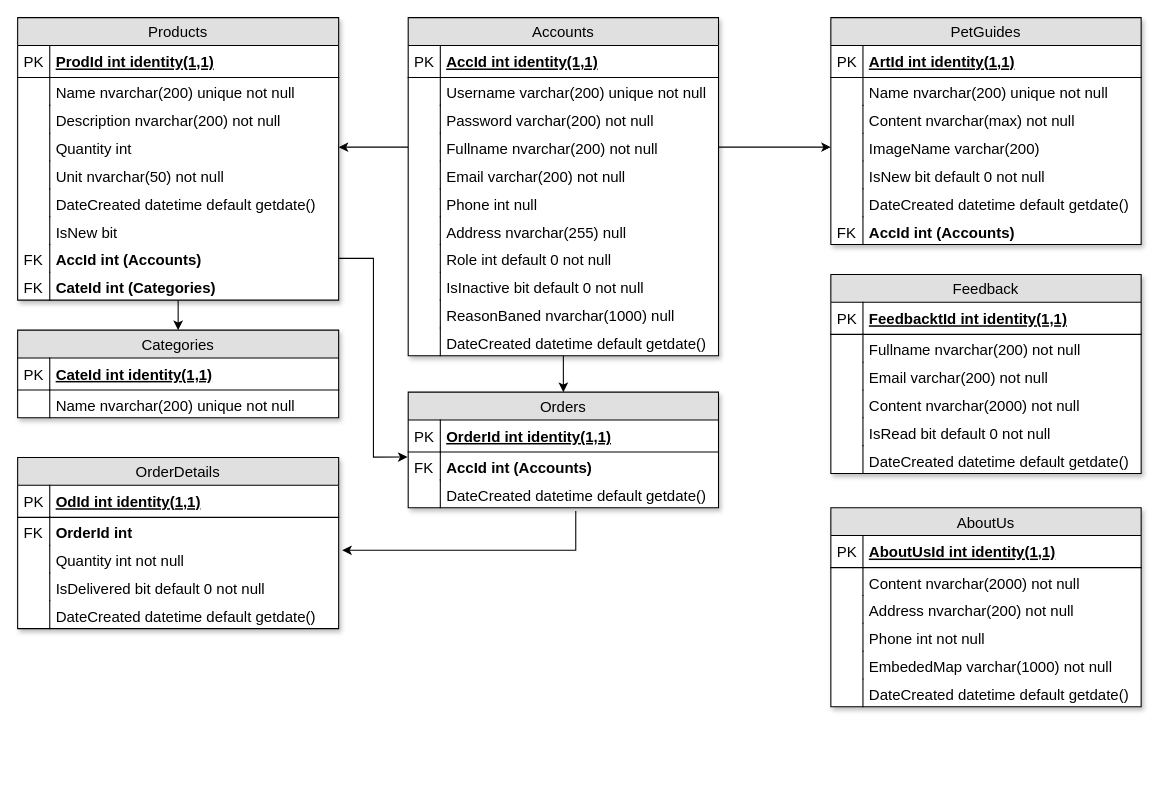
duyphuong403/PetCare keeps this draw.io diagram as page "Database" (2 of 3) of PetCare-design-Phuong-PC.drawio. Above is the earlier version. Source tidied: cells renumbered, new cells numbered last; positions are measured from the earlier drawing's top-left corner, leaving out a move shared by most shapes. Both pictures are drawn from the tidied source at 107%, with x=0, y=0 at pixel (17, 17).
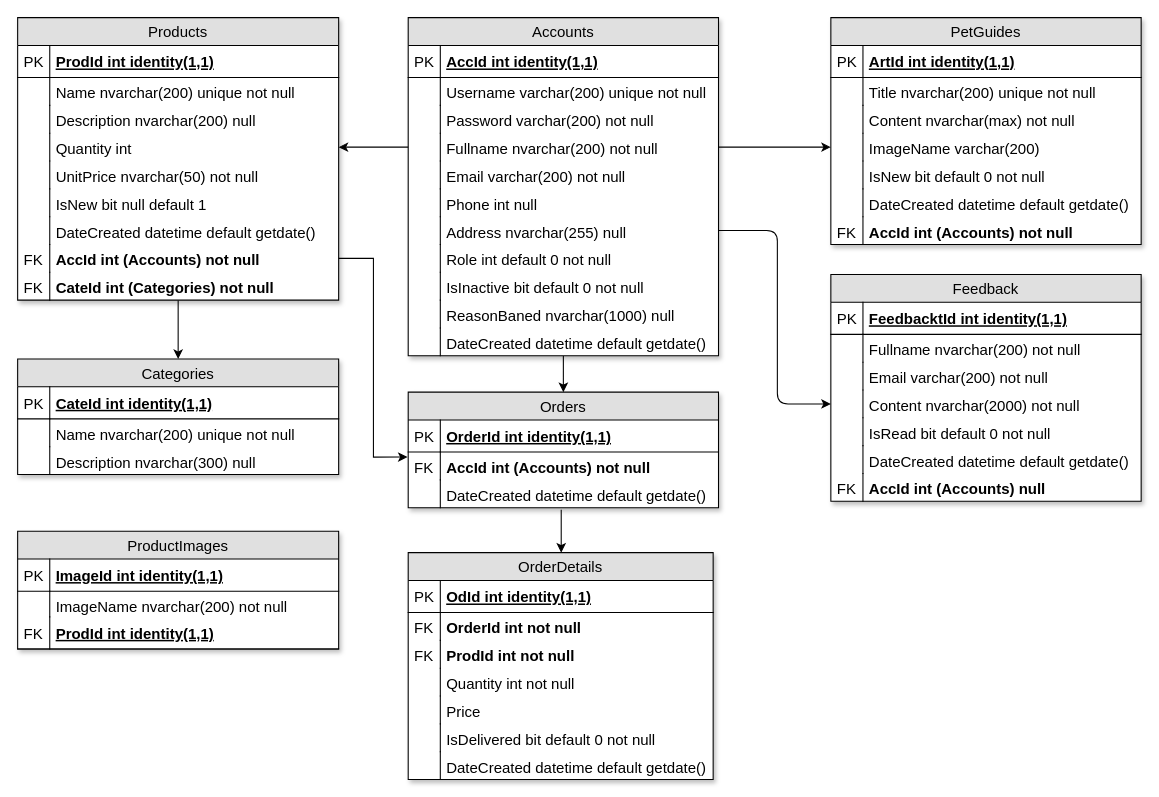
After the change.

Unchanged cells that the change refers to:
```xml
<mxCell id="3" value="Products" style="swimlane;fontStyle=0;horizontal=1;startSize=26;fillColor=#e0e0e0;swimlaneFillColor=#ffffff;align=center;fontSize=14;glass=0;rounded=0;swimlaneLine=1;shadow=1;comic=0;" parent="1" vertex="1">
  <mxGeometry width="300" height="264" as="geometry" />
</mxCell>
<mxCell id="27" value="Orders" style="swimlane;fontStyle=0;horizontal=1;startSize=26;fillColor=#e0e0e0;swimlaneFillColor=#ffffff;align=center;fontSize=14;glass=0;rounded=0;swimlaneLine=1;shadow=1;comic=0;" parent="1" vertex="1">
  <mxGeometry x="365" y="350" width="290" height="108" as="geometry" />
</mxCell>
<mxCell id="32" value="DateCreated datetime default getdate()" style="shape=partialRectangle;top=0;left=0;right=0;bottom=0;align=left;verticalAlign=top;fillColor=none;spacingLeft=34;spacingRight=4;overflow=hidden;points=[[0,0.5],[1,0.5]];portConstraint=eastwest;fontSize=14;" parent="27" vertex="1">
  <mxGeometry y="82" width="290" height="26" as="geometry" />
</mxCell>
<mxCell id="48" value="Address nvarchar(255) null" style="shape=partialRectangle;top=0;left=0;right=0;bottom=0;align=left;verticalAlign=top;fillColor=none;spacingLeft=34;spacingRight=4;overflow=hidden;points=[[0,0.5],[1,0.5]];portConstraint=eastwest;fontSize=14;" parent="35" vertex="1">
  <mxGeometry y="186" width="290" height="26" as="geometry" />
</mxCell>
<mxCell id="58" value="PetGuides" style="swimlane;fontStyle=0;horizontal=1;startSize=26;fillColor=#e0e0e0;swimlaneFillColor=#ffffff;align=center;fontSize=14;glass=0;rounded=0;swimlaneLine=1;shadow=1;comic=0;" parent="1" vertex="1">
  <mxGeometry x="760" width="290" height="212" as="geometry" />
</mxCell>
<mxCell id="80" value="Content nvarchar(2000) not null" style="shape=partialRectangle;top=0;left=0;right=0;bottom=0;align=left;verticalAlign=top;fillColor=none;spacingLeft=34;spacingRight=4;overflow=hidden;points=[[0,0.5],[1,0.5]];portConstraint=eastwest;fontSize=14;" parent="73" vertex="1">
  <mxGeometry y="108" width="290" height="26" as="geometry" />
</mxCell>
```

What changed in the source:
```diff
@@
-    <mxCell id="8" value="Description nvarchar(200) not null" style="shape=partialRectangle;top=0;left=0;right=0;bottom=0;align=left;verticalAlign=top;fillColor=none;spacingLeft=34;spacingRight=4;overflow=hidden;fontSize=14;" parent="3" vertex="1">
+    <mxCell id="8" value="Description nvarchar(200) null" style="shape=partialRectangle;top=0;left=0;right=0;bottom=0;align=left;verticalAlign=top;fillColor=none;spacingLeft=34;spacingRight=4;overflow=hidden;fontSize=14;" parent="3" vertex="1">
       <mxGeometry y="82" width="300" height="26" as="geometry" />
     </mxCell>
@@
-    <mxCell id="12" value="Unit nvarchar(50) not null" style="shape=partialRectangle;top=0;left=0;right=0;bottom=0;align=left;verticalAlign=top;fillColor=none;spacingLeft=34;spacingRight=4;overflow=hidden;fontSize=14;" parent="3" vertex="1">
+    <mxCell id="12" value="UnitPrice nvarchar(50) not null" style="shape=partialRectangle;top=0;left=0;right=0;bottom=0;align=left;verticalAlign=top;fillColor=none;spacingLeft=34;spacingRight=4;overflow=hidden;fontSize=14;" parent="3" vertex="1">
       <mxGeometry y="134" width="300" height="26" as="geometry" />
     </mxCell>
@@
+    <mxCell id="16" value="IsNew bit null default 1" style="shape=partialRectangle;top=0;left=0;right=0;bottom=0;align=left;verticalAlign=top;fillColor=none;spacingLeft=34;spacingRight=4;overflow=hidden;fontSize=14;" parent="3" vertex="1">
+      <mxGeometry y="160" width="300" height="26" as="geometry" />
+    </mxCell>
+    <mxCell id="17" style="shape=partialRectangle;top=0;left=0;bottom=0;fillColor=none;align=left;verticalAlign=top;spacingLeft=4;spacingRight=4;overflow=hidden;fontSize=14;" parent="16" vertex="1">
+      <mxGeometry width="30" height="26" as="geometry" />
+    </mxCell>
     <mxCell id="14" value="DateCreated datetime default getdate()" style="shape=partialRectangle;top=0;left=0;right=0;bottom=0;align=left;verticalAlign=top;fillColor=none;spacingLeft=34;spacingRight=4;overflow=hidden;fontSize=14;" parent="3" vertex="1">
-      <mxGeometry y="160" width="300" height="26" as="geometry" />
+      <mxGeometry y="186" width="300" height="26" as="geometry" />
     </mxCell>
@@
-    <mxCell id="16" value="IsNew bit" style="shape=partialRectangle;top=0;left=0;right=0;bottom=0;align=left;verticalAlign=top;fillColor=none;spacingLeft=34;spacingRight=4;overflow=hidden;fontSize=14;" parent="3" vertex="1">
-      <mxGeometry y="186" width="300" height="26" as="geometry" />
-    </mxCell>
-    <mxCell id="17" style="shape=partialRectangle;top=0;left=0;bottom=0;fillColor=none;align=left;verticalAlign=top;spacingLeft=4;spacingRight=4;overflow=hidden;fontSize=14;" parent="16" vertex="1">
-      <mxGeometry width="30" height="26" as="geometry" />
-    </mxCell>
-    <mxCell id="18" value="AccId int (Accounts)" style="shape=partialRectangle;top=0;left=0;right=0;bottom=0;align=left;verticalAlign=top;fillColor=none;spacingLeft=34;spacingRight=4;overflow=hidden;points=[[0,0.5],[1,0.5]];portConstraint=eastwest;fontSize=14;fontStyle=1;" parent="3" vertex="1">
+    <mxCell id="18" value="AccId int (Accounts) not null&#10;" style="shape=partialRectangle;top=0;left=0;right=0;bottom=0;align=left;verticalAlign=top;fillColor=none;spacingLeft=34;spacingRight=4;overflow=hidden;points=[[0,0.5],[1,0.5]];portConstraint=eastwest;fontSize=14;fontStyle=1;" parent="3" vertex="1">
       <mxGeometry y="212" width="300" height="26" as="geometry" />
     </mxCell>
@@
-    <mxCell id="20" value="CateId int (Categories)" style="shape=partialRectangle;top=0;left=0;right=0;bottom=0;align=left;verticalAlign=top;fillColor=none;spacingLeft=34;spacingRight=4;overflow=hidden;fontSize=14;fontStyle=1;" parent="3" vertex="1">
+    <mxCell id="20" value="CateId int (Categories) not null" style="shape=partialRectangle;top=0;left=0;right=0;bottom=0;align=left;verticalAlign=top;fillColor=none;spacingLeft=34;spacingRight=4;overflow=hidden;fontSize=14;fontStyle=1;" parent="3" vertex="1">
       <mxGeometry y="238" width="300" height="26" as="geometry" />
     </mxCell>
@@
     <mxCell id="22" value="Categories" style="swimlane;fontStyle=0;horizontal=1;startSize=26;fillColor=#e0e0e0;swimlaneFillColor=#ffffff;align=center;fontSize=14;glass=0;rounded=0;swimlaneLine=1;shadow=1;comic=0;" parent="1" vertex="1">
-      <mxGeometry y="292" width="300" height="82" as="geometry" />
+      <mxGeometry y="319" width="300" height="108" as="geometry" />
     </mxCell>
@@
+    <mxCell id="114" value="Description nvarchar(300) null" style="shape=partialRectangle;top=0;left=0;right=0;bottom=0;align=left;verticalAlign=top;fillColor=none;spacingLeft=34;spacingRight=4;overflow=hidden;fontSize=14;" parent="22" vertex="1">
+      <mxGeometry y="82" width="300" height="26" as="geometry" />
+    </mxCell>
+    <mxCell id="115" style="shape=partialRectangle;top=0;left=0;bottom=0;fillColor=none;align=left;verticalAlign=top;spacingLeft=4;spacingRight=4;overflow=hidden;fontSize=14;" parent="114" vertex="1">
+      <mxGeometry width="30" height="26" as="geometry" />
+    </mxCell>
@@
-    <mxCell id="30" value="AccId int (Accounts)" style="shape=partialRectangle;top=0;left=0;right=0;bottom=0;align=left;verticalAlign=top;fillColor=none;spacingLeft=34;spacingRight=4;overflow=hidden;points=[[0,0.5],[1,0.5]];portConstraint=eastwest;fontSize=14;fontStyle=1;" parent="27" vertex="1">
+    <mxCell id="30" value="AccId int (Accounts) not null" style="shape=partialRectangle;top=0;left=0;right=0;bottom=0;align=left;verticalAlign=top;fillColor=none;spacingLeft=34;spacingRight=4;overflow=hidden;points=[[0,0.5],[1,0.5]];portConstraint=eastwest;fontSize=14;fontStyle=1;" parent="27" vertex="1">
       <mxGeometry y="56" width="290" height="26" as="geometry" />
     </mxCell>
@@
-    <mxCell id="61" value="Name nvarchar(200) unique not null" style="shape=partialRectangle;top=0;left=0;right=0;bottom=0;align=left;verticalAlign=top;fillColor=none;spacingLeft=34;spacingRight=4;overflow=hidden;fontSize=14;" parent="58" vertex="1">
+    <mxCell id="61" value="Title nvarchar(200) unique not null" style="shape=partialRectangle;top=0;left=0;right=0;bottom=0;align=left;verticalAlign=top;fillColor=none;spacingLeft=34;spacingRight=4;overflow=hidden;fontSize=14;" parent="58" vertex="1">
       <mxGeometry y="56" width="290" height="26" as="geometry" />
     </mxCell>
@@
-    <mxCell id="71" value="AccId int (Accounts)" style="shape=partialRectangle;top=0;left=0;right=0;bottom=0;align=left;verticalAlign=top;fillColor=none;spacingLeft=34;spacingRight=4;overflow=hidden;fontSize=14;fontStyle=1;" parent="58" vertex="1">
+    <mxCell id="71" value="AccId int (Accounts) not null" style="shape=partialRectangle;top=0;left=0;right=0;bottom=0;align=left;verticalAlign=top;fillColor=none;spacingLeft=34;spacingRight=4;overflow=hidden;fontSize=14;fontStyle=1;" parent="58" vertex="1">
       <mxGeometry y="186" width="290" height="26" as="geometry" />
     </mxCell>
@@
     <mxCell id="73" value="Feedback" style="swimlane;fontStyle=0;horizontal=1;startSize=26;fillColor=#e0e0e0;swimlaneFillColor=#ffffff;align=center;fontSize=14;glass=0;rounded=0;swimlaneLine=1;shadow=1;comic=0;" parent="1" vertex="1">
-      <mxGeometry x="760" y="240" width="290" height="186" as="geometry" />
+      <mxGeometry x="760" y="240" width="290" height="212" as="geometry" />
     </mxCell>
@@
+    <mxCell id="116" value="AccId int (Accounts) null" style="shape=partialRectangle;top=0;left=0;right=0;bottom=0;align=left;verticalAlign=top;fillColor=none;spacingLeft=34;spacingRight=4;overflow=hidden;fontSize=14;fontStyle=1;" parent="73" vertex="1">
+      <mxGeometry y="186" width="290" height="26" as="geometry" />
+    </mxCell>
+    <mxCell id="117" value="FK" style="shape=partialRectangle;top=0;left=0;bottom=0;fillColor=none;align=left;verticalAlign=top;spacingLeft=4;spacingRight=4;overflow=hidden;fontSize=14;" parent="116" vertex="1">
+      <mxGeometry width="30" height="26" as="geometry" />
+    </mxCell>
@@
     <mxCell id="88" value="OrderDetails" style="swimlane;fontStyle=0;horizontal=1;startSize=26;fillColor=#e0e0e0;swimlaneFillColor=#ffffff;align=center;fontSize=14;glass=0;rounded=0;swimlaneLine=1;shadow=1;comic=0;" parent="1" vertex="1">
-      <mxGeometry y="411" width="300" height="160" as="geometry" />
+      <mxGeometry x="365" y="500" width="285" height="212" as="geometry" />
     </mxCell>
     <mxCell id="89" value="OdId int identity(1,1)" style="shape=partialRectangle;top=0;left=0;right=0;bottom=1;align=left;verticalAlign=middle;fillColor=none;spacingLeft=34;spacingRight=4;overflow=hidden;fontStyle=5;fontSize=14;" parent="88" vertex="1">
-      <mxGeometry y="26" width="300" height="30" as="geometry" />
+      <mxGeometry y="26" width="285" height="30" as="geometry" />
     </mxCell>
@@
-    <mxCell id="91" value="OrderId int" style="shape=partialRectangle;top=0;left=0;right=0;bottom=0;align=left;verticalAlign=top;fillColor=none;spacingLeft=34;spacingRight=4;overflow=hidden;fontSize=14;fontStyle=1;" parent="88" vertex="1">
-      <mxGeometry y="56" width="300" height="26" as="geometry" />
+    <mxCell id="91" value="OrderId int not null" style="shape=partialRectangle;top=0;left=0;right=0;bottom=0;align=left;verticalAlign=top;fillColor=none;spacingLeft=34;spacingRight=4;overflow=hidden;fontSize=14;fontStyle=1;" parent="88" vertex="1">
+      <mxGeometry y="56" width="285" height="26" as="geometry" />
     </mxCell>
@@
+    <mxCell id="118" value="ProdId int not null" style="shape=partialRectangle;top=0;left=0;right=0;bottom=0;align=left;verticalAlign=top;fillColor=none;spacingLeft=34;spacingRight=4;overflow=hidden;fontSize=14;fontStyle=1;" parent="88" vertex="1">
+      <mxGeometry y="82" width="285" height="26" as="geometry" />
+    </mxCell>
+    <mxCell id="119" value="FK" style="shape=partialRectangle;top=0;left=0;bottom=0;fillColor=none;align=left;verticalAlign=top;spacingLeft=4;spacingRight=4;overflow=hidden;fontSize=14;" parent="118" vertex="1">
+      <mxGeometry width="30" height="26" as="geometry" />
+    </mxCell>
     <mxCell id="93" value="Quantity int not null&#10;" style="shape=partialRectangle;top=0;left=0;right=0;bottom=0;align=left;verticalAlign=top;fillColor=none;spacingLeft=34;spacingRight=4;overflow=hidden;points=[[0,0.5],[1,0.5]];portConstraint=eastwest;fontSize=14;" parent="88" vertex="1">
-      <mxGeometry y="82" width="300" height="26" as="geometry" />
+      <mxGeometry y="108" width="285" height="26" as="geometry" />
     </mxCell>
@@
+    <mxCell id="120" value="Price" style="shape=partialRectangle;top=0;left=0;right=0;bottom=0;align=left;verticalAlign=top;fillColor=none;spacingLeft=34;spacingRight=4;overflow=hidden;fontSize=14;" parent="88" vertex="1">
+      <mxGeometry y="134" width="285" height="26" as="geometry" />
+    </mxCell>
+    <mxCell id="121" style="shape=partialRectangle;top=0;left=0;bottom=0;fillColor=none;align=left;verticalAlign=top;spacingLeft=4;spacingRight=4;overflow=hidden;fontSize=14;" parent="120" vertex="1">
+      <mxGeometry width="30" height="26" as="geometry" />
+    </mxCell>
     <mxCell id="95" value="IsDelivered bit default 0 not null" style="shape=partialRectangle;top=0;left=0;right=0;bottom=0;align=left;verticalAlign=top;fillColor=none;spacingLeft=34;spacingRight=4;overflow=hidden;fontSize=14;" parent="88" vertex="1">
-      <mxGeometry y="108" width="300" height="26" as="geometry" />
+      <mxGeometry y="160" width="285" height="26" as="geometry" />
     </mxCell>
@@
     <mxCell id="97" value="DateCreated datetime default getdate()" style="shape=partialRectangle;top=0;left=0;right=0;bottom=0;align=left;verticalAlign=top;fillColor=none;spacingLeft=34;spacingRight=4;overflow=hidden;fontSize=14;" parent="88" vertex="1">
-      <mxGeometry y="134" width="300" height="26" as="geometry" />
+      <mxGeometry y="186" width="285" height="26" as="geometry" />
     </mxCell>
@@
-    <mxCell id="100" value="AboutUs" style="swimlane;fontStyle=0;horizontal=1;startSize=26;fillColor=#e0e0e0;swimlaneFillColor=#ffffff;align=center;fontSize=14;glass=0;rounded=0;swimlaneLine=1;shadow=1;comic=0;" parent="1" vertex="1">
-      <mxGeometry x="760" y="458" width="290" height="186" as="geometry" />
-    </mxCell>
-    <mxCell id="101" value="AboutUsId int identity(1,1)" style="shape=partialRectangle;top=0;left=0;right=0;bottom=1;align=left;verticalAlign=middle;fillColor=none;spacingLeft=34;spacingRight=4;overflow=hidden;fontStyle=5;fontSize=14;" parent="100" vertex="1">
-      <mxGeometry y="26" width="290" height="30" as="geometry" />
-    </mxCell>
+    <mxCell id="122" style="endArrow=classic;html=1;entryX=0;entryY=0.5;entryDx=0;entryDy=0;exitX=1;exitY=0.5;exitDx=0;exitDy=0;" parent="1" edge="1" source="48" target="80">
+      <mxGeometry relative="1" as="geometry">
+        <Array as="points">
+          <mxPoint x="710" y="199" />
+          <mxPoint x="710" y="361" />
+        </Array>
+      </mxGeometry>
+    </mxCell>
+    <mxCell id="123" style="endArrow=classic;html=1;" parent="1" edge="1">
+      <mxGeometry relative="1" as="geometry">
+        <mxPoint x="508" y="460" as="sourcePoint" />
+        <mxPoint x="508" y="500" as="targetPoint" />
+      </mxGeometry>
+    </mxCell>
+    <mxCell id="124" value="ProductImages" style="swimlane;fontStyle=0;horizontal=1;startSize=26;fillColor=#e0e0e0;swimlaneFillColor=#ffffff;align=center;fontSize=14;glass=0;rounded=0;swimlaneLine=1;shadow=1;comic=0;" parent="1" vertex="1">
+      <mxGeometry y="480" width="300" height="110" as="geometry" />
+    </mxCell>
+    <mxCell id="125" value="ImageId int identity(1,1)" style="shape=partialRectangle;top=0;left=0;right=0;bottom=1;align=left;verticalAlign=middle;fillColor=none;spacingLeft=34;spacingRight=4;overflow=hidden;fontStyle=5;fontSize=14;" parent="124" vertex="1">
+      <mxGeometry y="26" width="300" height="30" as="geometry" />
+    </mxCell>
-    <mxCell id="102" value="PK" style="shape=partialRectangle;top=0;left=0;bottom=0;fillColor=none;align=left;verticalAlign=middle;spacingLeft=4;spacingRight=4;overflow=hidden;fontSize=14;" parent="101" vertex="1">
+    <mxCell id="102" value="PK" style="shape=partialRectangle;top=0;left=0;bottom=0;fillColor=none;align=left;verticalAlign=middle;spacingLeft=4;spacingRight=4;overflow=hidden;fontSize=14;" parent="125" vertex="1">
       <mxGeometry width="30" height="30" as="geometry" />
     </mxCell>
-    <mxCell id="103" value="Content nvarchar(2000) not null" style="shape=partialRectangle;top=0;left=0;right=0;bottom=0;align=left;verticalAlign=top;fillColor=none;spacingLeft=34;spacingRight=4;overflow=hidden;fontSize=14;" parent="100" vertex="1">
-      <mxGeometry y="56" width="290" height="26" as="geometry" />
-    </mxCell>
-    <mxCell id="104" style="shape=partialRectangle;top=0;left=0;bottom=0;fillColor=none;align=left;verticalAlign=top;spacingLeft=4;spacingRight=4;overflow=hidden;fontSize=14;" parent="103" vertex="1">
-      <mxGeometry width="30" height="26" as="geometry" />
-    </mxCell>
-    <mxCell id="105" value="Address nvarchar(200) not null" style="shape=partialRectangle;top=0;left=0;right=0;bottom=0;align=left;verticalAlign=top;fillColor=none;spacingLeft=34;spacingRight=4;overflow=hidden;fontSize=14;" parent="100" vertex="1">
-      <mxGeometry y="82" width="290" height="26" as="geometry" />
-    </mxCell>
-    <mxCell id="106" style="shape=partialRectangle;top=0;left=0;bottom=0;fillColor=none;align=left;verticalAlign=top;spacingLeft=4;spacingRight=4;overflow=hidden;fontSize=14;" parent="105" vertex="1">
-      <mxGeometry width="30" height="26" as="geometry" />
-    </mxCell>
-    <mxCell id="107" value="Phone int not null" style="shape=partialRectangle;top=0;left=0;right=0;bottom=0;align=left;verticalAlign=top;fillColor=none;spacingLeft=34;spacingRight=4;overflow=hidden;fontSize=14;" parent="100" vertex="1">
-      <mxGeometry y="108" width="290" height="26" as="geometry" />
-    </mxCell>
-    <mxCell id="108" style="shape=partialRectangle;top=0;left=0;bottom=0;fillColor=none;align=left;verticalAlign=top;spacingLeft=4;spacingRight=4;overflow=hidden;fontSize=14;" parent="107" vertex="1">
-      <mxGeometry width="30" height="26" as="geometry" />
-    </mxCell>
-    <mxCell id="109" value="EmbededMap varchar(1000) not null" style="shape=partialRectangle;top=0;left=0;right=0;bottom=0;align=left;verticalAlign=top;fillColor=none;spacingLeft=34;spacingRight=4;overflow=hidden;fontSize=14;" parent="100" vertex="1">
-      <mxGeometry y="134" width="290" height="26" as="geometry" />
-    </mxCell>
-    <mxCell id="110" style="shape=partialRectangle;top=0;left=0;bottom=0;fillColor=none;align=left;verticalAlign=top;spacingLeft=4;spacingRight=4;overflow=hidden;fontSize=14;" parent="109" vertex="1">
-      <mxGeometry width="30" height="26" as="geometry" />
-    </mxCell>
-    <mxCell id="111" value="DateCreated datetime default getdate()" style="shape=partialRectangle;top=0;left=0;right=0;bottom=0;align=left;verticalAlign=top;fillColor=none;spacingLeft=34;spacingRight=4;overflow=hidden;fontSize=14;" parent="100" vertex="1">
-      <mxGeometry y="160" width="290" height="26" as="geometry" />
-    </mxCell>
-    <mxCell id="112" style="shape=partialRectangle;top=0;left=0;bottom=0;fillColor=none;align=left;verticalAlign=top;spacingLeft=4;spacingRight=4;overflow=hidden;fontSize=14;" parent="111" vertex="1">
-      <mxGeometry width="30" height="26" as="geometry" />
-    </mxCell>
-    <mxCell id="113" style="edgeStyle=orthogonalEdgeStyle;rounded=0;jettySize=auto;html=1;entryX=1.011;entryY=0.186;entryDx=0;entryDy=0;entryPerimeter=0;exitX=0.54;exitY=1.12;exitDx=0;exitDy=0;exitPerimeter=0;" parent="1" edge="1" source="32" target="93">
-      <mxGeometry relative="1" as="geometry">
-        <Array as="points">
-          <mxPoint x="521" y="497" />
-        </Array>
-      </mxGeometry>
-    </mxCell>
+    <mxCell id="126" value="ImageName nvarchar(200) not null" style="shape=partialRectangle;top=0;left=0;right=0;bottom=0;align=left;verticalAlign=top;fillColor=none;spacingLeft=34;spacingRight=4;overflow=hidden;fontSize=14;" parent="124" vertex="1">
+      <mxGeometry y="56" width="300" height="24" as="geometry" />
+    </mxCell>
+    <mxCell id="127" style="shape=partialRectangle;top=0;left=0;bottom=0;fillColor=none;align=left;verticalAlign=top;spacingLeft=4;spacingRight=4;overflow=hidden;fontSize=14;" parent="126" vertex="1">
+      <mxGeometry width="30" height="24" as="geometry" />
+    </mxCell>
+    <mxCell id="128" value="ProdId int identity(1,1)" style="shape=partialRectangle;top=0;left=0;right=0;bottom=1;align=left;verticalAlign=middle;fillColor=none;spacingLeft=34;spacingRight=4;overflow=hidden;fontStyle=5;fontSize=14;" parent="124" vertex="1">
+      <mxGeometry y="80" width="300" height="30" as="geometry" />
+    </mxCell>
+    <mxCell id="129" value="FK" style="shape=partialRectangle;top=0;left=0;bottom=0;fillColor=none;align=left;verticalAlign=middle;spacingLeft=4;spacingRight=4;overflow=hidden;fontSize=14;" parent="128" vertex="1">
+      <mxGeometry width="30" height="30" as="geometry" />
+    </mxCell>
```
